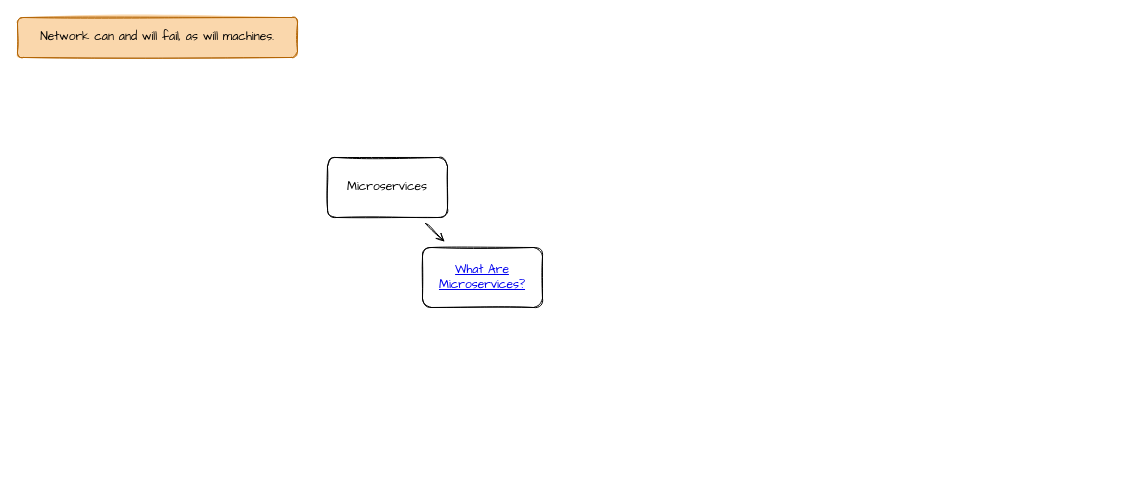
Earlier version of the draw.io diagram page "MindMap" (1 of 4) of effective-microservices.drawio (zatsepinvl/effective-microservices). Source tidied: cells renumbered, new cells numbered last; positions are measured from the earlier drawing's top-left corner, leaving out a move shared by most shapes. Both pictures are drawn from the tidied source at 100%, with x=0, y=0 at pixel (17, 17).
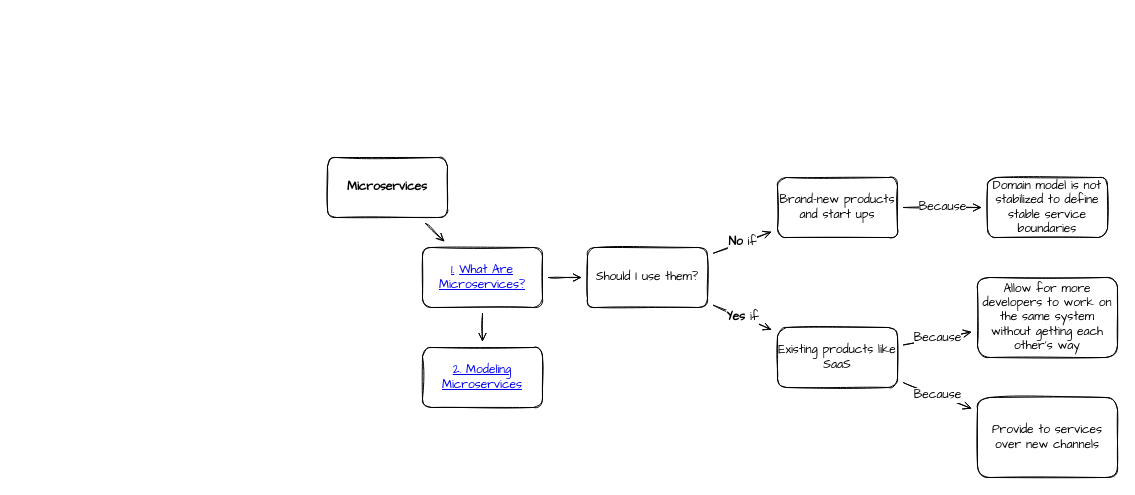
The same diagram, later.

The edit, as a diff of the source:
```diff
@@
 <mxGraphModel>
   <root>
     <mxCell id="0" />
     <mxCell id="1" parent="0" />
     <mxCell id="2" style="edgeStyle=none;sketch=1;jumpSize=10;jettySize=auto;html=1;fontFamily=Comic Sans MS;fontSize=12;endArrow=open;endFill=0;startSize=6;endSize=6;sourcePerimeterSpacing=6;targetPerimeterSpacing=6;" parent="1" edge="1" source="3" target="4">
       <mxGeometry relative="1" as="geometry" />
     </mxCell>
-    <mxCell id="3" value="Microservices" style="whiteSpace=wrap;html=1;hachureGap=4;fontFamily=Comic Sans MS;fontSize=12;sketch=1;rounded=1;" parent="1" vertex="1">
+    <mxCell id="3" value="Microservices" style="whiteSpace=wrap;html=1;hachureGap=4;fontFamily=Comic Sans MS;fontSize=12;sketch=1;rounded=1;fontStyle=1;" parent="1" vertex="1">
       <mxGeometry x="310" y="140" width="120" height="60" as="geometry" />
     </mxCell>
+    <mxCell id="6" style="edgeStyle=none;sketch=1;jumpSize=10;jettySize=auto;html=1;fontFamily=Comic Sans MS;fontSize=20;endArrow=open;endFill=0;startSize=6;endSize=6;sourcePerimeterSpacing=6;targetPerimeterSpacing=6;" parent="1" edge="1" source="4" target="9">
+      <mxGeometry relative="1" as="geometry" />
+    </mxCell>
+    <mxCell id="7" style="edgeStyle=none;sketch=1;jumpSize=10;jettySize=auto;html=1;fontFamily=Comic Sans MS;fontSize=20;endArrow=open;endFill=0;startSize=6;endSize=6;sourcePerimeterSpacing=6;targetPerimeterSpacing=6;" parent="1" edge="1" source="4" target="8">
+      <mxGeometry relative="1" as="geometry" />
+    </mxCell>
-    <mxCell id="4" value="&lt;a href=&quot;data:page/id,m5f6qfyooP-3DUXNlfaz&quot;&gt;What Are Microservices?&lt;/a&gt;" style="whiteSpace=wrap;html=1;hachureGap=4;fontFamily=Comic Sans MS;fontSize=12;sketch=1;rounded=1;" parent="1" vertex="1">
+    <mxCell id="4" value="&lt;a href=&quot;data:page/id,m5f6qfyooP-3DUXNlfaz&quot;&gt;1.&lt;/a&gt;&amp;nbsp;&lt;a href=&quot;data:page/id,m5f6qfyooP-3DUXNlfaz&quot;&gt;What Are Microservices?&lt;/a&gt;" style="whiteSpace=wrap;html=1;hachureGap=4;fontFamily=Comic Sans MS;fontSize=12;sketch=1;rounded=1;" parent="1" vertex="1">
       <mxGeometry x="405" y="230" width="120" height="60" as="geometry" />
     </mxCell>
-    <mxCell id="5" value="Network can and will fail, as will machines." style="whiteSpace=wrap;html=1;hachureGap=4;fontFamily=Comic Sans MS;fontSize=12;sketch=1;rounded=1;fillColor=#fad7ac;strokeColor=#b46504;fillStyle=solid;" parent="1" vertex="1">
-      <mxGeometry width="280" height="40" as="geometry" />
-    </mxCell>
+    <mxCell id="8" value="&lt;a href=&quot;data:page/id,Yd3uey9nfjWOd4dYeOn4&quot;&gt;2. Modeling Microservices&lt;/a&gt;" style="whiteSpace=wrap;html=1;hachureGap=4;fontFamily=Comic Sans MS;fontSize=12;sketch=1;rounded=1;" parent="1" vertex="1">
+      <mxGeometry x="405" y="330" width="120" height="60" as="geometry" />
+    </mxCell>
+    <mxCell id="9" value="Should I use them?" style="whiteSpace=wrap;html=1;hachureGap=4;fontFamily=Comic Sans MS;fontSize=12;sketch=1;rounded=1;" parent="1" vertex="1">
+      <mxGeometry x="570" y="230" width="120" height="60" as="geometry" />
+    </mxCell>
+    <mxCell id="10" value="Because" style="edgeStyle=none;sketch=1;jumpSize=10;jettySize=auto;html=1;fontFamily=Comic Sans MS;fontSize=12;endArrow=open;endFill=0;startSize=6;endSize=6;sourcePerimeterSpacing=6;targetPerimeterSpacing=6;" parent="1" edge="1" source="11" target="13">
+      <mxGeometry relative="1" as="geometry" />
+    </mxCell>
+    <mxCell id="11" value="Brand-new products and start ups" style="whiteSpace=wrap;html=1;hachureGap=4;fontFamily=Comic Sans MS;fontSize=12;sketch=1;rounded=1;" parent="1" vertex="1">
+      <mxGeometry x="760" y="160" width="120" height="60" as="geometry" />
+    </mxCell>
+    <mxCell id="12" value="&lt;b&gt;No &lt;/b&gt;if" style="edgeStyle=none;sketch=1;jumpSize=10;jettySize=auto;html=1;fontFamily=Comic Sans MS;fontSize=12;endArrow=open;endFill=0;startSize=6;endSize=6;sourcePerimeterSpacing=6;targetPerimeterSpacing=6;" parent="1" edge="1" source="9" target="11">
+      <mxGeometry relative="1" as="geometry" />
+    </mxCell>
+    <mxCell id="13" value="Domain model is not stabilized to define stable service boundaries" style="whiteSpace=wrap;html=1;hachureGap=4;fontFamily=Comic Sans MS;fontSize=12;sketch=1;rounded=1;" parent="1" vertex="1">
+      <mxGeometry x="970" y="160" width="120" height="60" as="geometry" />
+    </mxCell>
+    <mxCell id="14" value="Existing products like SaaS" style="whiteSpace=wrap;html=1;hachureGap=4;fontFamily=Comic Sans MS;fontSize=12;sketch=1;rounded=1;" parent="1" vertex="1">
+      <mxGeometry x="760" y="310" width="120" height="60" as="geometry" />
+    </mxCell>
+    <mxCell id="15" value="&lt;b&gt;Yes&amp;nbsp;&lt;/b&gt;if" style="edgeStyle=none;sketch=1;jumpSize=10;jettySize=auto;html=1;fontFamily=Comic Sans MS;fontSize=12;endArrow=open;endFill=0;startSize=6;endSize=6;sourcePerimeterSpacing=6;targetPerimeterSpacing=6;" parent="1" edge="1" source="9" target="14">
+      <mxGeometry relative="1" as="geometry" />
+    </mxCell>
+    <mxCell id="16" value="Allow for more developers to work on the same system without getting each other's way" style="whiteSpace=wrap;html=1;hachureGap=4;fontFamily=Comic Sans MS;fontSize=12;sketch=1;rounded=1;" parent="1" vertex="1">
+      <mxGeometry x="960" y="260" width="140" height="80" as="geometry" />
+    </mxCell>
+    <mxCell id="17" value="Because" style="edgeStyle=none;sketch=1;jumpSize=10;jettySize=auto;html=1;fontFamily=Comic Sans MS;fontSize=12;endArrow=open;endFill=0;startSize=6;endSize=6;sourcePerimeterSpacing=6;targetPerimeterSpacing=6;" parent="1" edge="1" source="14" target="16">
+      <mxGeometry relative="1" as="geometry" />
+    </mxCell>
+    <mxCell id="18" value="Provide to services over new channels" style="whiteSpace=wrap;html=1;hachureGap=4;fontFamily=Comic Sans MS;fontSize=12;sketch=1;rounded=1;" parent="1" vertex="1">
+      <mxGeometry x="960" y="380" width="140" height="80" as="geometry" />
+    </mxCell>
+    <mxCell id="19" value="Because" style="edgeStyle=none;sketch=1;jumpSize=10;jettySize=auto;html=1;fontFamily=Comic Sans MS;fontSize=12;endArrow=open;endFill=0;startSize=6;endSize=6;sourcePerimeterSpacing=6;targetPerimeterSpacing=6;" parent="1" edge="1" source="14" target="18">
+      <mxGeometry relative="1" as="geometry" />
+    </mxCell>
   </root>
 </mxGraphModel>
```
